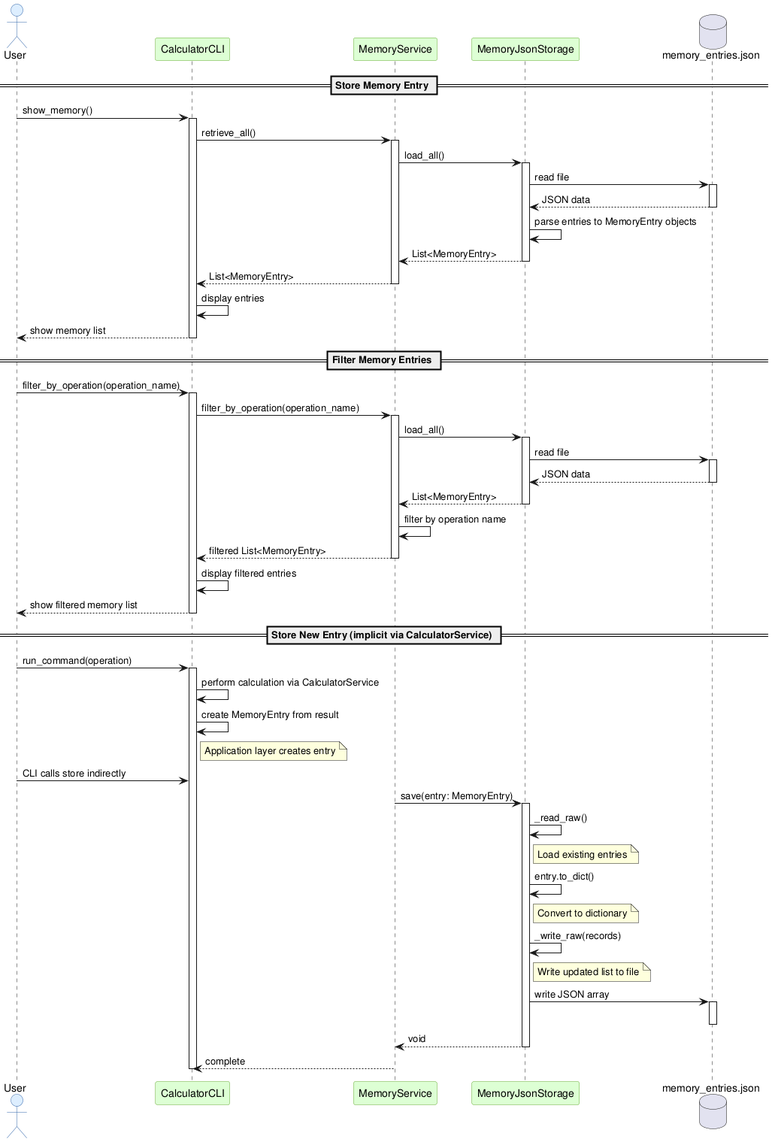
Before: experiments/pipeline/structured_text/calculator/artifacts/sequence_diagram_memory.png, a diagram exported from PlantUML (DanielRiha8906/Software_autoevolution_using_agents).
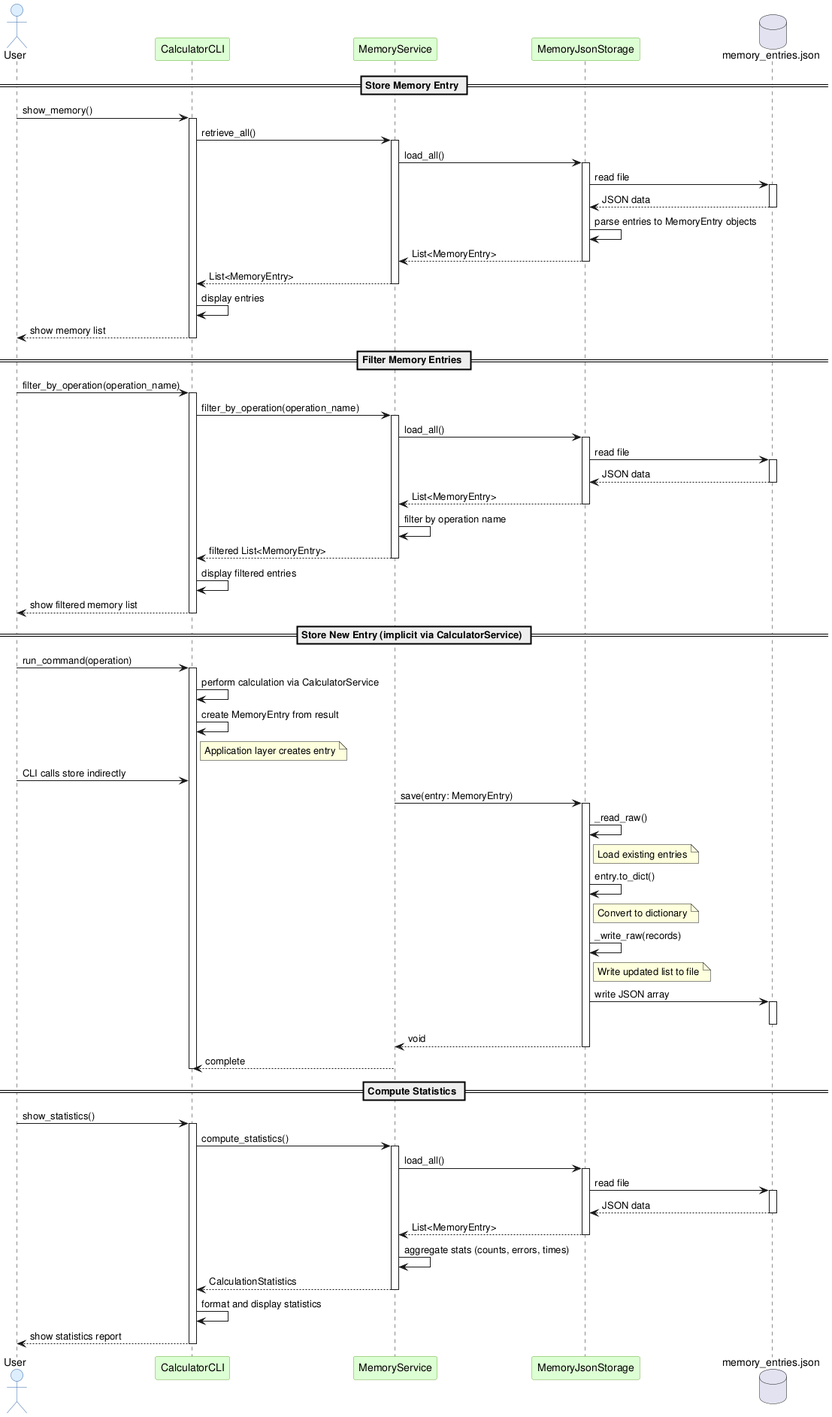
The same diagram one commit later.

Diff of the diagram source:
```diff
@@ -78,4 +78,25 @@
 MemService --> CLI: complete
 deactivate CLI
 
+== Compute Statistics ==
+
+User -> CLI: show_statistics()
+activate CLI
+CLI -> MemService: compute_statistics()
+activate MemService
+MemService -> MemStore: load_all()
+activate MemStore
+MemStore -> DB: read file
+activate DB
+DB --> MemStore: JSON data
+deactivate DB
+MemStore --> MemService: List<MemoryEntry>
+deactivate MemStore
+MemService -> MemService: aggregate stats (counts, errors, times)
+MemService --> CLI: CalculationStatistics
+deactivate MemService
+CLI -> CLI: format and display statistics
+CLI --> User: show statistics report
+deactivate CLI
+
 @enduml
```
